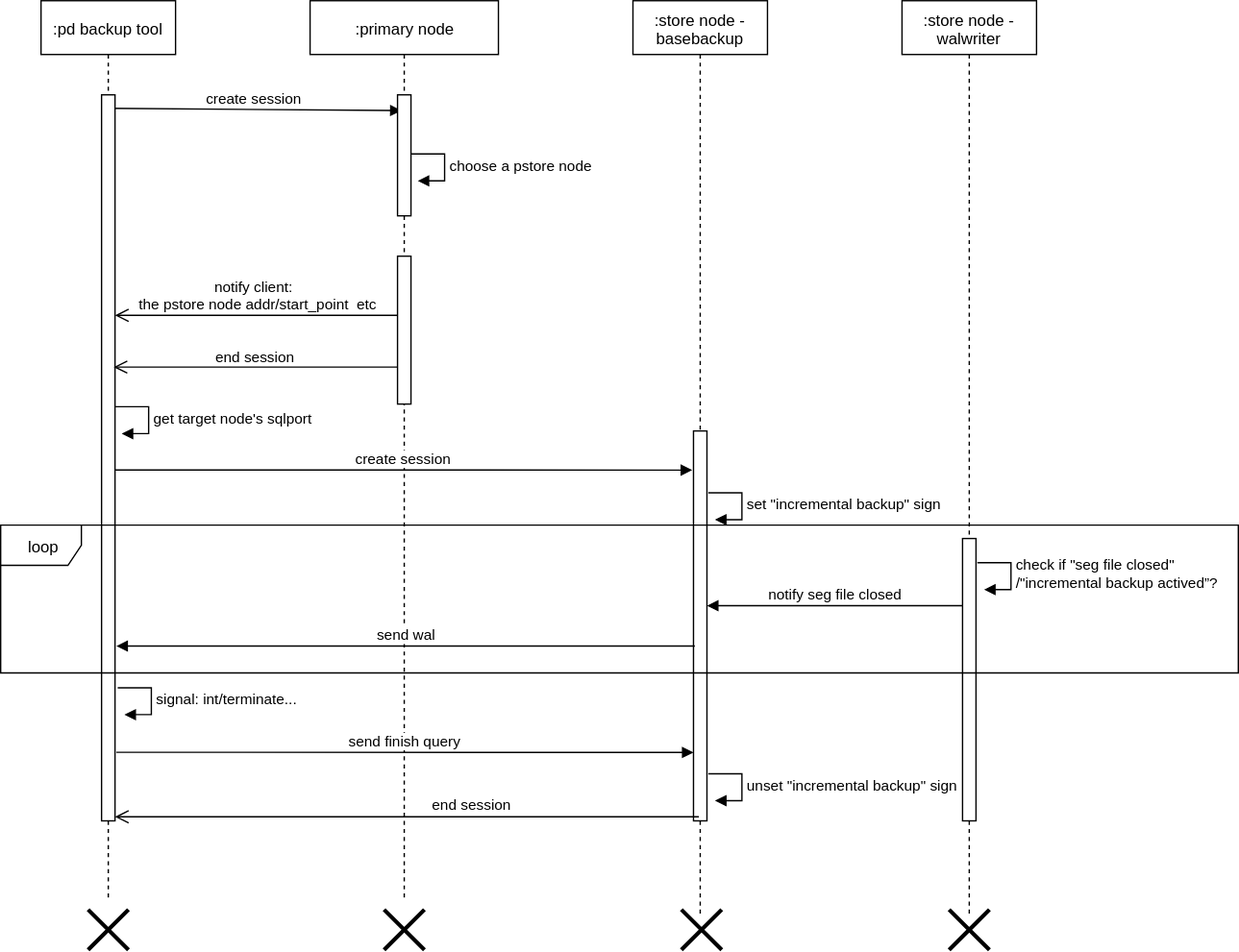
The draw.io diagram attachments/1648606565569.drawio.svg in simbahebinbo/smallfat.github.io, before a commit. Source tidied: cells renumbered, new cells last; positions are measured from the earlier drawing's top-left corner, leaving out a move shared by most shapes.
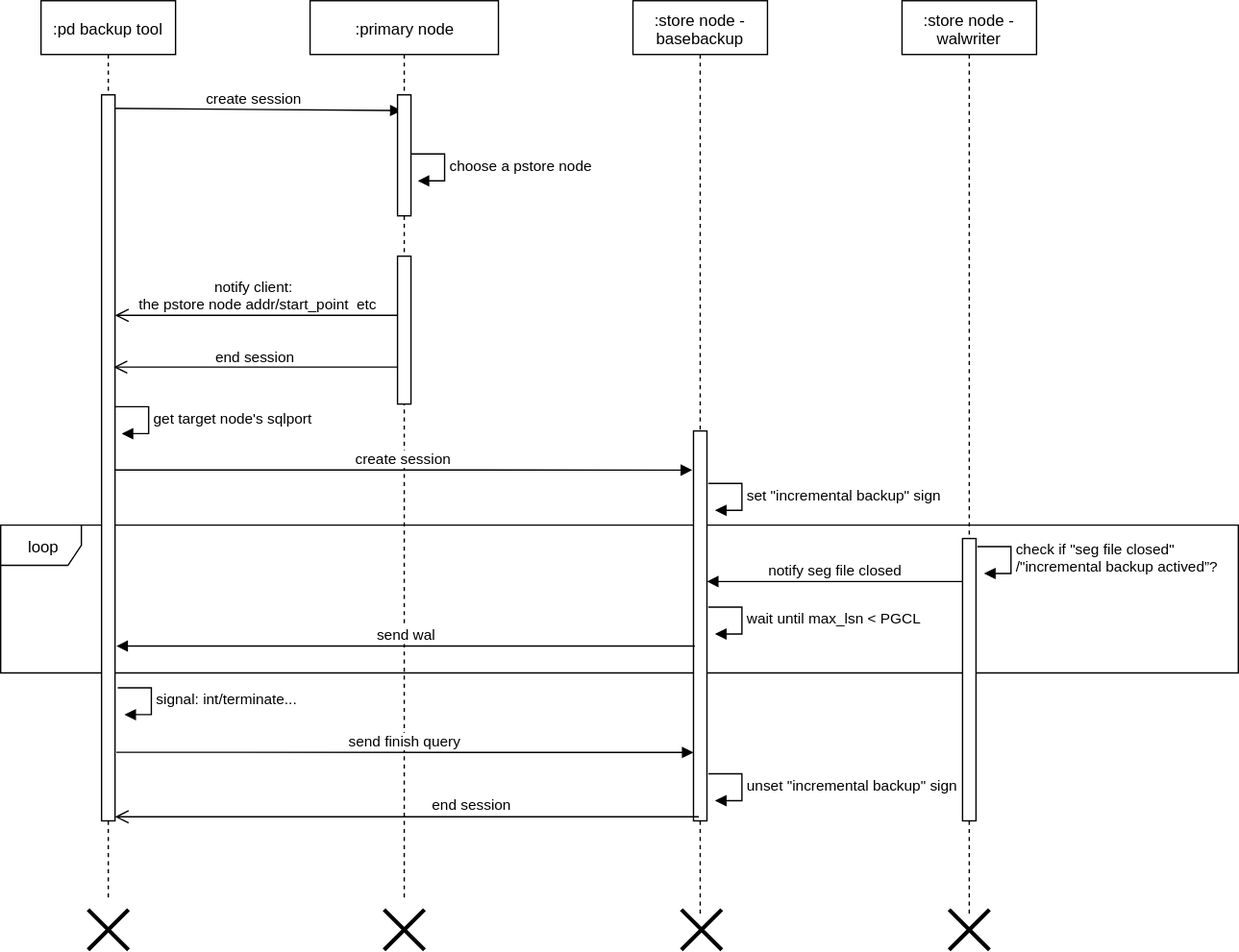
After the change.

Commit message:
添加附件 : attachments/1648606565569.drawio.svg

Diff of the diagram source:
```diff
@@ -2,6 +2,9 @@
   <root>
     <mxCell id="0" />
     <mxCell id="1" parent="0" />
+    <mxCell id="29" value="loop" style="shape=umlFrame;whiteSpace=wrap;html=1;" parent="1" vertex="1">
+      <mxGeometry y="390" width="920" height="110" as="geometry" />
+    </mxCell>
     <mxCell id="2" value=":pd backup tool" style="shape=umlLifeline;perimeter=lifelinePerimeter;whiteSpace=wrap;html=1;" parent="1" vertex="1">
       <mxGeometry x="30" width="100" height="670" as="geometry" />
     </mxCell>
@@ -93,16 +96,17 @@
     </mxCell>
     <mxCell id="22" value="check if &quot;seg file closed&quot;&lt;br&gt;/&quot;incremental backup actived”?" style="edgeStyle=orthogonalEdgeStyle;html=1;align=left;spacingLeft=2;endArrow=block;rounded=0;entryX=1;entryY=0;" parent="1" edge="1">
       <mxGeometry relative="1" as="geometry">
-        <mxPoint x="726" y="418" as="sourcePoint" />
-        <mxPoint x="731" y="438" as="targetPoint" />
+        <mxPoint x="726" y="406" as="sourcePoint" />
+        <mxPoint x="731" y="426" as="targetPoint" />
         <Array as="points">
-          <mxPoint x="751" y="418" />
+          <mxPoint x="751" y="406" />
         </Array>
       </mxGeometry>
     </mxCell>
-    <mxCell id="23" value="notify seg file closed" style="html=1;verticalAlign=bottom;endArrow=block;" parent="1" edge="1" source="21">
+    <mxCell id="23" value="notify seg file closed" style="html=1;verticalAlign=bottom;endArrow=block;" parent="1" edge="1">
       <mxGeometry relative="1" as="geometry">
-        <mxPoint x="525" y="450" as="targetPoint" />
+        <mxPoint x="715" y="432" as="sourcePoint" />
+        <mxPoint x="525" y="432" as="targetPoint" />
       </mxGeometry>
     </mxCell>
     <mxCell id="24" value="send finish query" style="html=1;verticalAlign=bottom;endArrow=block;entryX=-0.1;entryY=0.076;entryDx=0;entryDy=0;entryPerimeter=0;exitX=1;exitY=0.4;exitDx=0;exitDy=0;exitPerimeter=0;" parent="1" edge="1">
@@ -122,10 +126,10 @@
     </mxCell>
     <mxCell id="26" value="set &quot;incremental backup&quot; sign" style="edgeStyle=orthogonalEdgeStyle;html=1;align=left;spacingLeft=2;endArrow=block;rounded=0;entryX=1;entryY=0;" parent="1" edge="1">
       <mxGeometry relative="1" as="geometry">
-        <mxPoint x="526" y="366" as="sourcePoint" />
-        <mxPoint x="531" y="386" as="targetPoint" />
+        <mxPoint x="526" y="359" as="sourcePoint" />
+        <mxPoint x="531" y="379" as="targetPoint" />
         <Array as="points">
-          <mxPoint x="551" y="366" />
+          <mxPoint x="551" y="359" />
         </Array>
       </mxGeometry>
     </mxCell>
@@ -141,8 +145,14 @@
     <mxCell id="28" style="shape=umlDestroy;whiteSpace=wrap;html=1;strokeWidth=3;" parent="1" vertex="1">
       <mxGeometry x="705" y="676" width="30" height="30" as="geometry" />
     </mxCell>
-    <mxCell id="29" value="loop" style="shape=umlFrame;whiteSpace=wrap;html=1;" parent="1" vertex="1">
-      <mxGeometry y="390" width="920" height="110" as="geometry" />
-    </mxCell>
+    <mxCell id="30" value="wait until max_lsn &amp;lt; PGCL" style="edgeStyle=orthogonalEdgeStyle;html=1;align=left;spacingLeft=2;endArrow=block;rounded=0;entryX=1;entryY=0;" parent="1" edge="1">
+      <mxGeometry relative="1" as="geometry">
+        <mxPoint x="526" y="451" as="sourcePoint" />
+        <mxPoint x="531" y="471" as="targetPoint" />
+        <Array as="points">
+          <mxPoint x="551" y="451" />
+        </Array>
+      </mxGeometry>
+    </mxCell>
   </root>
 </mxGraphModel>
```
